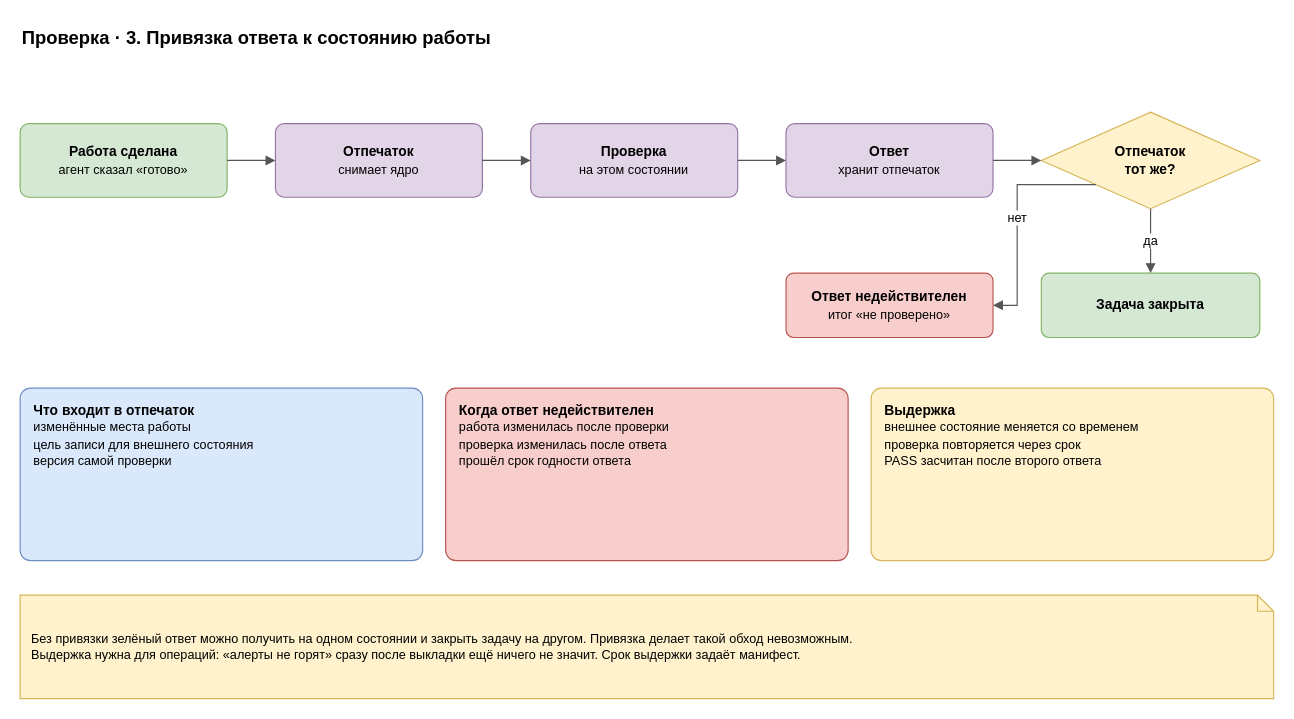
roygkov/reins keeps this draw.io diagram as page "3. Привязка к состоянию" (3 of 5) of docs/spec/harness-check.drawio. Above is the earlier version. Source tidied: cells renumbered, new cells numbered last; positions are measured from the earlier drawing's top-left corner, leaving out a move shared by most shapes. Both pictures are drawn from the tidied source at 115%, with x=0, y=0 at pixel (20, 20).
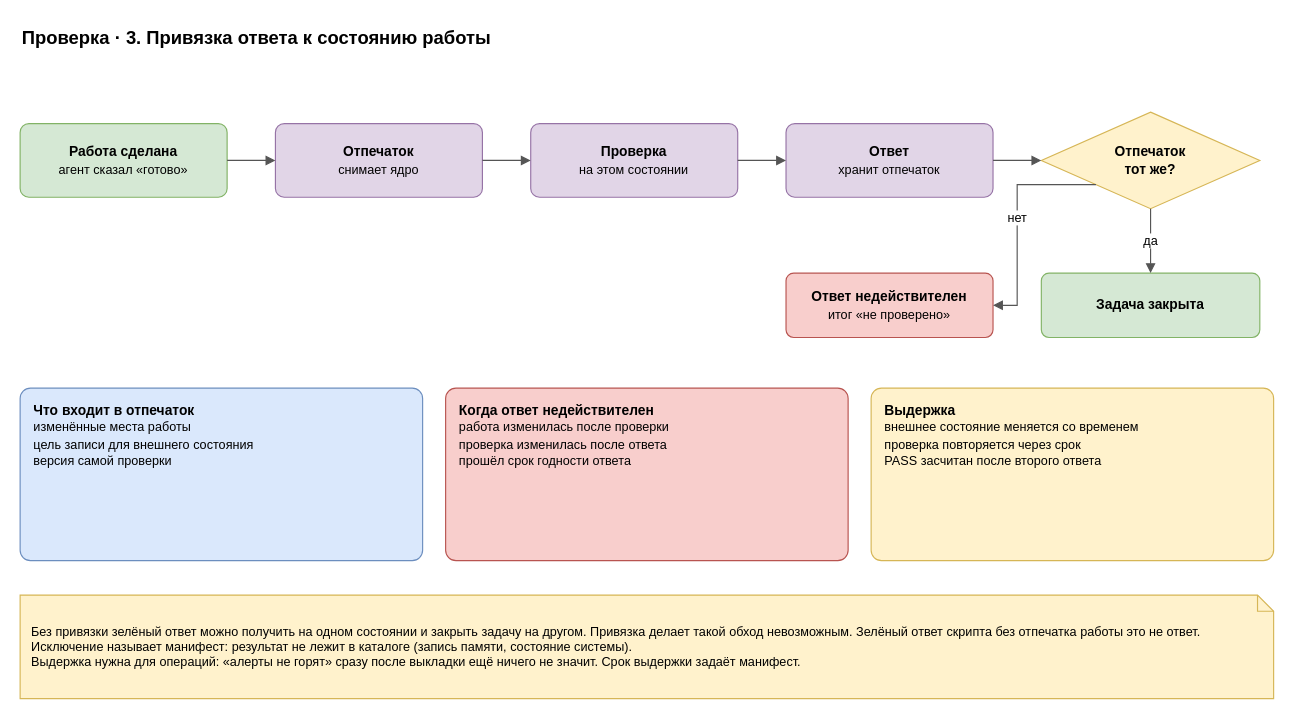
Above is the later version.

The edit, as a diff of the source:
```diff
@@
 <mxGraphModel>
   <root>
     <mxCell id="0" />
     <mxCell id="1" parent="0" />
     <mxCell id="2" value="Проверка · 3. Привязка ответа к состоянию работы" style="text;html=1;align=left;verticalAlign=middle;whiteSpace=wrap;fontSize=16;strokeColor=none;fillColor=none;fontStyle=1;" parent="1" vertex="1">
       <mxGeometry width="900" height="30" as="geometry" />
     </mxCell>
     <mxCell id="3" value="&lt;b&gt;Работа сделана&lt;/b&gt;&lt;br&gt;&lt;font style=&quot;font-size:11px&quot;&gt;агент сказал «готово»&lt;/font&gt;" style="rounded=1;whiteSpace=wrap;html=1;fillColor=#d5e8d4;strokeColor=#82b366;arcSize=12;" parent="1" vertex="1">
       <mxGeometry y="90" width="180" height="64" as="geometry" />
     </mxCell>
     <mxCell id="4" value="&lt;b&gt;Отпечаток&lt;/b&gt;&lt;br&gt;&lt;font style=&quot;font-size:11px&quot;&gt;снимает ядро&lt;/font&gt;" style="rounded=1;whiteSpace=wrap;html=1;fillColor=#e1d5e7;strokeColor=#9673a6;arcSize=12;" parent="1" vertex="1">
       <mxGeometry x="222" y="90" width="180" height="64" as="geometry" />
     </mxCell>
     <mxCell id="5" value="&lt;b&gt;Проверка&lt;/b&gt;&lt;br&gt;&lt;font style=&quot;font-size:11px&quot;&gt;на этом состоянии&lt;/font&gt;" style="rounded=1;whiteSpace=wrap;html=1;fillColor=#e1d5e7;strokeColor=#9673a6;arcSize=12;" parent="1" vertex="1">
       <mxGeometry x="444" y="90" width="180" height="64" as="geometry" />
     </mxCell>
     <mxCell id="6" value="&lt;b&gt;Ответ&lt;/b&gt;&lt;br&gt;&lt;font style=&quot;font-size:11px&quot;&gt;хранит отпечаток&lt;/font&gt;" style="rounded=1;whiteSpace=wrap;html=1;fillColor=#e1d5e7;strokeColor=#9673a6;arcSize=12;" parent="1" vertex="1">
       <mxGeometry x="666" y="90" width="180" height="64" as="geometry" />
     </mxCell>
     <mxCell id="7" value="&lt;b&gt;Отпечаток&lt;br&gt;тот же?&lt;/b&gt;" style="rhombus;whiteSpace=wrap;html=1;fillColor=#fff2cc;strokeColor=#d6b656;" parent="1" vertex="1">
       <mxGeometry x="888" y="80" width="190" height="84" as="geometry" />
     </mxCell>
     <mxCell id="8" value="&lt;b&gt;Задача закрыта&lt;/b&gt;" style="rounded=1;whiteSpace=wrap;html=1;fillColor=#d5e8d4;strokeColor=#82b366;arcSize=12;" parent="1" vertex="1">
       <mxGeometry x="888" y="220" width="190" height="56" as="geometry" />
     </mxCell>
     <mxCell id="9" value="&lt;b&gt;Ответ недействителен&lt;/b&gt;&lt;br&gt;&lt;font style=&quot;font-size:11px&quot;&gt;итог «не проверено»&lt;/font&gt;" style="rounded=1;whiteSpace=wrap;html=1;fillColor=#f8cecc;strokeColor=#b85450;arcSize=12;" parent="1" vertex="1">
       <mxGeometry x="666" y="220" width="180" height="56" as="geometry" />
     </mxCell>
     <mxCell id="10" style="edgeStyle=orthogonalEdgeStyle;rounded=0;html=1;endArrow=block;endFill=1;strokeColor=#555555;fontSize=11;labelBackgroundColor=#ffffff;" parent="1" edge="1" source="3" target="4">
       <mxGeometry relative="1" as="geometry" />
     </mxCell>
     <mxCell id="11" style="edgeStyle=orthogonalEdgeStyle;rounded=0;html=1;endArrow=block;endFill=1;strokeColor=#555555;fontSize=11;labelBackgroundColor=#ffffff;" parent="1" edge="1" source="4" target="5">
       <mxGeometry relative="1" as="geometry" />
     </mxCell>
     <mxCell id="12" style="edgeStyle=orthogonalEdgeStyle;rounded=0;html=1;endArrow=block;endFill=1;strokeColor=#555555;fontSize=11;labelBackgroundColor=#ffffff;" parent="1" edge="1" source="5" target="6">
       <mxGeometry relative="1" as="geometry" />
     </mxCell>
     <mxCell id="13" style="edgeStyle=orthogonalEdgeStyle;rounded=0;html=1;endArrow=block;endFill=1;strokeColor=#555555;fontSize=11;labelBackgroundColor=#ffffff;" parent="1" edge="1" source="6" target="7">
       <mxGeometry relative="1" as="geometry" />
     </mxCell>
     <mxCell id="14" value="да" style="edgeStyle=orthogonalEdgeStyle;rounded=0;html=1;endArrow=block;endFill=1;strokeColor=#555555;fontSize=11;labelBackgroundColor=#ffffff;" parent="1" edge="1" source="7" target="8">
       <mxGeometry relative="1" as="geometry" />
     </mxCell>
     <mxCell id="15" value="нет" style="edgeStyle=orthogonalEdgeStyle;rounded=0;html=1;endArrow=block;endFill=1;strokeColor=#555555;fontSize=11;labelBackgroundColor=#ffffff;exitX=0;exitY=1;entryX=1;entryY=0.5;" parent="1" edge="1" source="7" target="9">
       <mxGeometry relative="1" as="geometry" />
     </mxCell>
     <mxCell id="16" value="&lt;b&gt;Что входит в отпечаток&lt;/b&gt;&lt;br&gt;&lt;font style=&quot;font-size:11px&quot;&gt;изменённые места работы&lt;br&gt;цель записи для внешнего состояния&lt;br&gt;версия самой проверки&lt;/font&gt;" style="rounded=1;whiteSpace=wrap;html=1;fillColor=#dae8fc;strokeColor=#6c8ebf;arcSize=6;align=left;verticalAlign=top;spacingLeft=10;spacingTop=6;spacingRight=6;" parent="1" vertex="1">
       <mxGeometry y="320" width="350" height="150" as="geometry" />
     </mxCell>
     <mxCell id="17" value="&lt;b&gt;Когда ответ недействителен&lt;/b&gt;&lt;br&gt;&lt;font style=&quot;font-size:11px&quot;&gt;работа изменилась после проверки&lt;br&gt;проверка изменилась после ответа&lt;br&gt;прошёл срок годности ответа&lt;/font&gt;" style="rounded=1;whiteSpace=wrap;html=1;fillColor=#f8cecc;strokeColor=#b85450;arcSize=6;align=left;verticalAlign=top;spacingLeft=10;spacingTop=6;spacingRight=6;" parent="1" vertex="1">
       <mxGeometry x="370" y="320" width="350" height="150" as="geometry" />
     </mxCell>
     <mxCell id="18" value="&lt;b&gt;Выдержка&lt;/b&gt;&lt;br&gt;&lt;font style=&quot;font-size:11px&quot;&gt;внешнее состояние меняется со временем&lt;br&gt;проверка повторяется через срок&lt;br&gt;PASS засчитан после второго ответа&lt;/font&gt;" style="rounded=1;whiteSpace=wrap;html=1;fillColor=#fff2cc;strokeColor=#d6b656;arcSize=6;align=left;verticalAlign=top;spacingLeft=10;spacingTop=6;spacingRight=6;" parent="1" vertex="1">
       <mxGeometry x="740" y="320" width="350" height="150" as="geometry" />
     </mxCell>
-    <mxCell id="19" value="Без привязки зелёный ответ можно получить на одном состоянии и закрыть задачу на другом. Привязка делает такой обход невозможным.&lt;br&gt;Выдержка нужна для операций: «алерты не горят» сразу после выкладки ещё ничего не значит. Срок выдержки задаёт манифест." style="shape=note;whiteSpace=wrap;html=1;backgroundOutline=1;size=14;fillColor=#fff2cc;strokeColor=#d6b656;align=left;spacingLeft=8;spacingRight=8;fontSize=11;" parent="1" vertex="1">
+    <mxCell id="19" value="Без привязки зелёный ответ можно получить на одном состоянии и закрыть задачу на другом. Привязка делает такой обход невозможным. Зелёный ответ скрипта без отпечатка работы это не ответ. Исключение называет манифест: результат не лежит в каталоге (запись памяти, состояние системы).&lt;br&gt;Выдержка нужна для операций: «алерты не горят» сразу после выкладки ещё ничего не значит. Срок выдержки задаёт манифест." style="shape=note;whiteSpace=wrap;html=1;backgroundOutline=1;size=14;fillColor=#fff2cc;strokeColor=#d6b656;align=left;spacingLeft=8;spacingRight=8;fontSize=11;" parent="1" vertex="1">
       <mxGeometry y="500" width="1090" height="90" as="geometry" />
     </mxCell>
   </root>
 </mxGraphModel>
```
